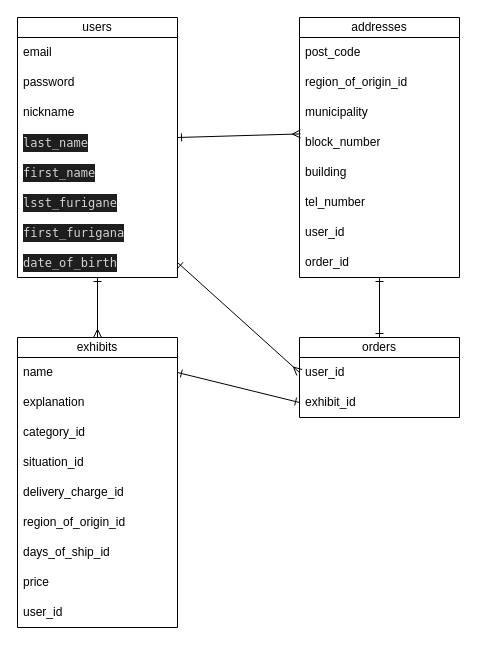
This is furima.dio from testmpc/furima-38889, a draw.io file, before an edit. Source tidied: cells renumbered, new cells numbered last; positions are measured from the earlier drawing's top-left corner, leaving out a move shared by most shapes. Both pictures are drawn from the tidied source at 100%, with x=0, y=0 at pixel (17, 17).
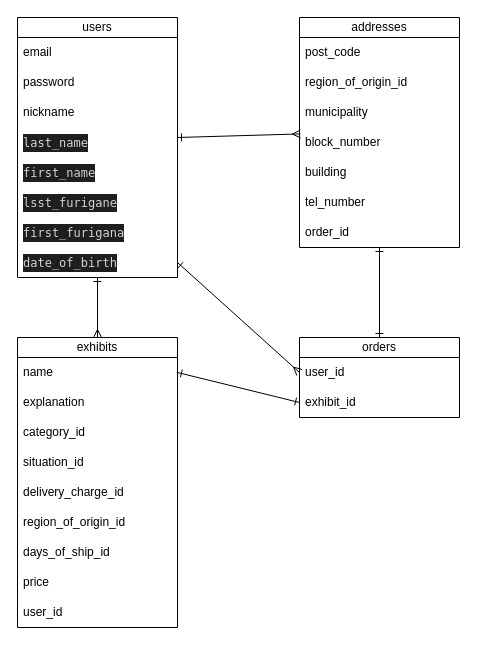
Above is the later version.

Commit message (it also covers changes not shown here):
データベース設計6回目

The change refers to these unchanged cells:
```xml
<mxCell id="13" value="orders" style="swimlane;fontStyle=0;horizontal=1;startSize=20;whiteSpace=wrap;html=1;" parent="1" vertex="1">
  <mxGeometry x="282" y="320" width="160" height="80" as="geometry" />
</mxCell>
```

The edit, as a diff of the source:
```diff
@@
     <mxCell id="25" value="addresses" style="swimlane;fontStyle=0;horizontal=1;startSize=20;whiteSpace=wrap;html=1;" parent="1" vertex="1">
-      <mxGeometry x="282" width="160" height="260" as="geometry" />
+      <mxGeometry x="282" width="160" height="230" as="geometry" />
     </mxCell>
@@
-    <mxCell id="32" value="user_id" style="text;strokeColor=none;fillColor=none;align=left;verticalAlign=middle;spacingLeft=4;spacingRight=4;overflow=hidden;whiteSpace=wrap;html=1;" parent="25" vertex="1">
-      <mxGeometry y="200" width="160" height="30" as="geometry" />
-    </mxCell>
     <mxCell id="33" value="order_id" style="text;strokeColor=none;fillColor=none;align=left;verticalAlign=middle;spacingLeft=4;spacingRight=4;overflow=hidden;whiteSpace=wrap;html=1;" parent="25" vertex="1">
-      <mxGeometry y="230" width="160" height="30" as="geometry" />
+      <mxGeometry y="200" width="160" height="30" as="geometry" />
     </mxCell>
@@
     <mxCell id="36" style="edgeStyle=none;html=1;endArrow=ERone;endFill=0;startArrow=ERone;startFill=0;entryX=0.5;entryY=0;entryDx=0;entryDy=0;" parent="1" edge="1" target="13">
       <mxGeometry relative="1" as="geometry">
-        <mxPoint x="362" y="260" as="sourcePoint" />
+        <mxPoint x="362" y="230" as="sourcePoint" />
       </mxGeometry>
     </mxCell>
```
